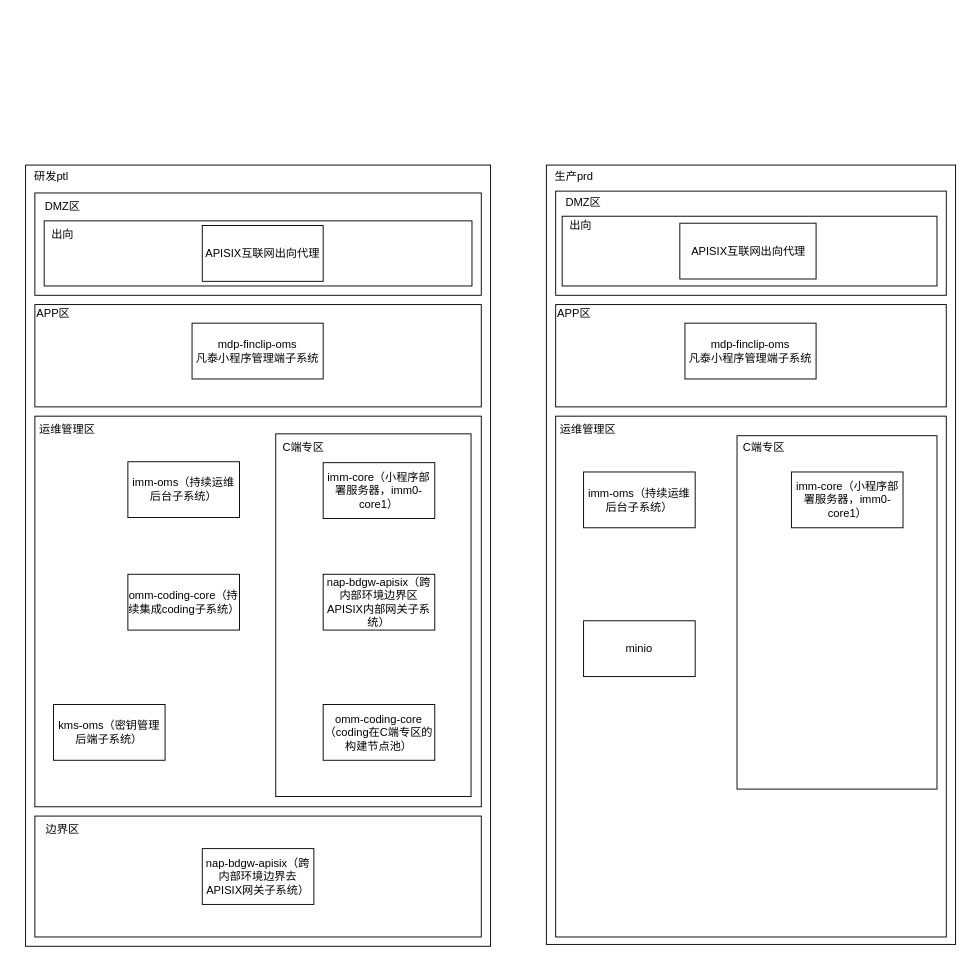
The draw.io diagram 小程序部署架构图--生产搭C端专区.drawio in lao-chengyong/-, before the edit. Source tidied: cells renumbered, new cells numbered last; positions are measured from the earlier drawing's top-left corner, leaving out a move shared by most shapes. Both pictures are drawn from the tidied source at 93%, with x=0, y=0 at pixel (23, 163).
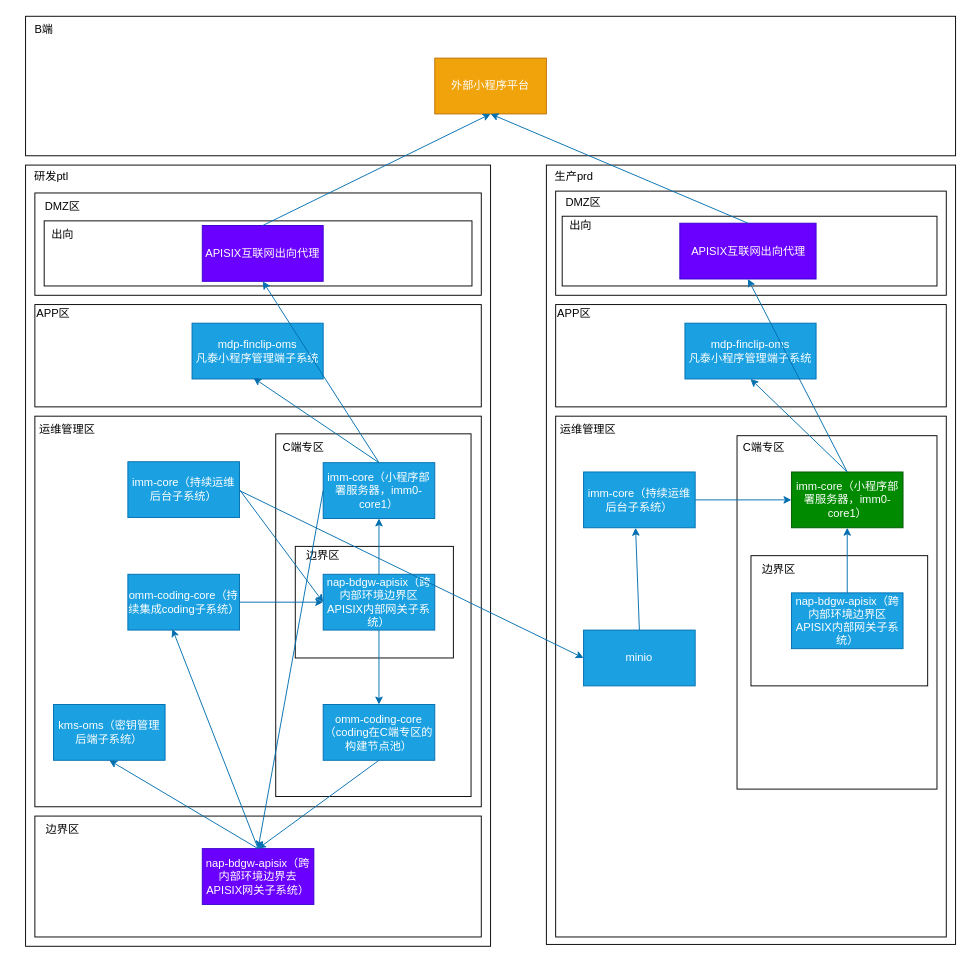
The same diagram, later.

Commit message (it also covers changes not shown here):
更新小程序部署架构图--生产搭C端专区.drawio

The edit, as a diff of the source:
```diff
@@
-    <mxCell id="8" value="nap-bdgw-apisix（跨内部环境边界去APISIX网关子系统）" style="rounded=0;whiteSpace=wrap;html=1;" parent="1" vertex="1">
+    <mxCell id="8" value="nap-bdgw-apisix（跨内部环境边界去APISIX网关子系统）" style="rounded=0;whiteSpace=wrap;html=1;fillColor=#6a00ff;fontColor=#ffffff;strokeColor=#3700CC;" parent="1" vertex="1">
       <mxGeometry x="192" y="737" width="120" height="60" as="geometry" />
     </mxCell>
-    <mxCell id="9" value="kms-oms（密钥管理后端子系统）" style="rounded=0;whiteSpace=wrap;html=1;" parent="1" vertex="1">
+    <mxCell id="9" value="kms-oms（密钥管理后端子系统）" style="rounded=0;whiteSpace=wrap;html=1;fillColor=#1ba1e2;fontColor=#ffffff;strokeColor=#006EAF;" parent="1" vertex="1">
       <mxGeometry x="32" y="582" width="120" height="60" as="geometry" />
     </mxCell>
-    <mxCell id="10" value="omm-coding-core（持续集成coding子系统）" style="rounded=0;whiteSpace=wrap;html=1;" parent="1" vertex="1">
+    <mxCell id="10" value="omm-coding-core（持续集成coding子系统）" style="rounded=0;whiteSpace=wrap;html=1;fillColor=#1ba1e2;fontColor=#ffffff;strokeColor=#006EAF;" parent="1" vertex="1">
       <mxGeometry x="112" y="442" width="120" height="60" as="geometry" />
     </mxCell>
-    <mxCell id="11" value="imm-oms（持续运维后台子系统）" style="rounded=0;whiteSpace=wrap;html=1;" parent="1" vertex="1">
+    <mxCell id="11" value="imm-core（持续运维后台子系统）" style="rounded=0;whiteSpace=wrap;html=1;fillColor=#1ba1e2;fontColor=#ffffff;strokeColor=#006EAF;" parent="1" vertex="1">
       <mxGeometry x="112" y="321" width="120" height="60" as="geometry" />
     </mxCell>
@@
-    <mxCell id="13" value="imm-core（小程序部署服务器，imm0-core1）" style="rounded=0;whiteSpace=wrap;html=1;" parent="1" vertex="1">
+    <mxCell id="13" value="imm-core（小程序部署服务器，imm0-core1）" style="rounded=0;whiteSpace=wrap;html=1;fillColor=#1ba1e2;fontColor=#ffffff;strokeColor=#006EAF;" parent="1" vertex="1">
       <mxGeometry x="322" y="322" width="120" height="60" as="geometry" />
     </mxCell>
-    <mxCell id="14" value="nap-bdgw-apisix（跨内部环境边界区APISIX内部网关子系统）" style="rounded=0;whiteSpace=wrap;html=1;" parent="1" vertex="1">
-      <mxGeometry x="322" y="442" width="120" height="60" as="geometry" />
-    </mxCell>
-    <mxCell id="15" value="omm-coding-core（coding在C端专区的构建节点池）" style="rounded=0;whiteSpace=wrap;html=1;" parent="1" vertex="1">
+    <mxCell id="15" value="omm-coding-core（coding在C端专区的构建节点池）" style="rounded=0;whiteSpace=wrap;html=1;fillColor=#1ba1e2;fontColor=#ffffff;strokeColor=#006EAF;" parent="1" vertex="1">
       <mxGeometry x="322" y="582" width="120" height="60" as="geometry" />
     </mxCell>
@@
-    <mxCell id="28" value="APISIX互联网出向代理" style="rounded=0;whiteSpace=wrap;html=1;" parent="1" vertex="1">
+    <mxCell id="28" value="APISIX互联网出向代理" style="rounded=0;whiteSpace=wrap;html=1;fillColor=#6a00ff;fontColor=#ffffff;strokeColor=#3700CC;" parent="1" vertex="1">
       <mxGeometry x="192" y="67" width="130" height="60" as="geometry" />
     </mxCell>
-    <mxCell id="29" value="APISIX互联网出向代理" style="rounded=0;whiteSpace=wrap;html=1;" parent="1" vertex="1">
+    <mxCell id="29" value="APISIX互联网出向代理" style="rounded=0;whiteSpace=wrap;html=1;fillColor=#6a00ff;fontColor=#ffffff;strokeColor=#3700CC;" parent="1" vertex="1">
       <mxGeometry x="705.5" y="64.5" width="146.5" height="60" as="geometry" />
     </mxCell>
@@
-    <mxCell id="34" value="imm-core（小程序部署服务器，imm0-core1）" style="rounded=0;whiteSpace=wrap;html=1;" parent="1" vertex="1">
+    <mxCell id="34" value="imm-core（小程序部署服务器，imm0-core1）" style="rounded=0;whiteSpace=wrap;html=1;fillColor=#008a00;fontColor=#ffffff;strokeColor=#005700;" parent="1" vertex="1">
       <mxGeometry x="825.5" y="332" width="120" height="60" as="geometry" />
     </mxCell>
-    <mxCell id="35" value="minio" style="rounded=0;whiteSpace=wrap;html=1;" parent="1" vertex="1">
-      <mxGeometry x="602" y="492" width="120" height="60" as="geometry" />
-    </mxCell>
-    <mxCell id="36" value="imm-oms（持续运维后台子系统）" style="rounded=0;whiteSpace=wrap;html=1;" parent="1" vertex="1">
+    <mxCell id="36" value="imm-core（持续运维后台子系统）" style="rounded=0;whiteSpace=wrap;html=1;fillColor=#1ba1e2;fontColor=#ffffff;strokeColor=#006EAF;" parent="1" vertex="1">
       <mxGeometry x="602" y="332" width="120" height="60" as="geometry" />
     </mxCell>
@@
-    <mxCell id="39" value="mdp-finclip-oms&lt;br&gt;凡泰小程序管理端子系统" style="rounded=0;whiteSpace=wrap;html=1;" parent="1" vertex="1">
+    <mxCell id="39" value="mdp-finclip-oms&lt;br&gt;凡泰小程序管理端子系统" style="rounded=0;whiteSpace=wrap;html=1;fillColor=#1ba1e2;fontColor=#ffffff;strokeColor=#006EAF;" parent="1" vertex="1">
       <mxGeometry x="181" y="172" width="141" height="60" as="geometry" />
     </mxCell>
@@
-    <mxCell id="42" value="mdp-finclip-oms&lt;br&gt;凡泰小程序管理端子系统" style="rounded=0;whiteSpace=wrap;html=1;" parent="1" vertex="1">
+    <mxCell id="42" value="mdp-finclip-oms&lt;br&gt;凡泰小程序管理端子系统" style="rounded=0;whiteSpace=wrap;html=1;fillColor=#1ba1e2;fontColor=#ffffff;strokeColor=#006EAF;" parent="1" vertex="1">
       <mxGeometry x="711" y="172" width="141" height="60" as="geometry" />
     </mxCell>
+    <mxCell id="43" style="rounded=0;whiteSpace=wrap;html=1;" parent="1" vertex="1">
+      <mxGeometry x="2" y="-158" width="1000" height="150" as="geometry" />
+    </mxCell>
+    <mxCell id="44" value="B端" style="text;html=1;strokeColor=none;fillColor=none;align=center;verticalAlign=middle;whiteSpace=wrap;rounded=0;" parent="1" vertex="1">
+      <mxGeometry x="-8" y="-158" width="60" height="30" as="geometry" />
+    </mxCell>
+    <mxCell id="45" value="外部小程序平台" style="rounded=0;whiteSpace=wrap;html=1;fillColor=#f0a30a;fontColor=#FFFFFF;strokeColor=#BD7000;" parent="1" vertex="1">
+      <mxGeometry x="442" y="-113" width="120" height="60" as="geometry" />
+    </mxCell>
+    <mxCell id="46" style="endArrow=classic;html=1;rounded=0;exitX=0.5;exitY=0;exitDx=0;exitDy=0;entryX=0.5;entryY=1;entryDx=0;entryDy=0;fillColor=#1ba1e2;strokeColor=#006EAF;" parent="1" edge="1" source="8" target="9">
+      <mxGeometry relative="1" as="geometry" />
+    </mxCell>
+    <mxCell id="47" style="endArrow=classic;html=1;rounded=0;exitX=0.5;exitY=0;exitDx=0;exitDy=0;entryX=0.399;entryY=0.981;entryDx=0;entryDy=0;fillColor=#1ba1e2;strokeColor=#006EAF;entryPerimeter=0;" parent="1" edge="1" source="8" target="10">
+      <mxGeometry relative="1" as="geometry" />
+    </mxCell>
+    <mxCell id="48" style="endArrow=classic;html=1;rounded=0;exitX=0.5;exitY=1;exitDx=0;exitDy=0;fillColor=#1ba1e2;strokeColor=#006EAF;entryX=0.5;entryY=0;entryDx=0;entryDy=0;" parent="1" edge="1" source="15" target="8">
+      <mxGeometry relative="1" as="geometry" />
+    </mxCell>
+    <mxCell id="49" style="rounded=0;whiteSpace=wrap;html=1;" parent="1" vertex="1">
+      <mxGeometry x="292" y="412" width="170" height="120" as="geometry" />
+    </mxCell>
+    <mxCell id="14" value="nap-bdgw-apisix（跨内部环境边界区APISIX内部网关子系统）" style="rounded=0;whiteSpace=wrap;html=1;fillColor=#1ba1e2;fontColor=#ffffff;strokeColor=#006EAF;" parent="1" vertex="1">
+      <mxGeometry x="322" y="442" width="120" height="60" as="geometry" />
+    </mxCell>
+    <mxCell id="50" value="边界区" style="text;html=1;strokeColor=none;fillColor=none;align=center;verticalAlign=middle;whiteSpace=wrap;rounded=0;" parent="1" vertex="1">
+      <mxGeometry x="292" y="407" width="60" height="30" as="geometry" />
+    </mxCell>
+    <mxCell id="51" style="endArrow=classic;html=1;rounded=0;exitX=0.5;exitY=1;exitDx=0;exitDy=0;fillColor=#1ba1e2;strokeColor=#006EAF;" parent="1" edge="1" source="14" target="15">
+      <mxGeometry relative="1" as="geometry" />
+    </mxCell>
+    <mxCell id="52" style="endArrow=classic;html=1;rounded=0;exitX=0.5;exitY=0;exitDx=0;exitDy=0;fillColor=#1ba1e2;strokeColor=#006EAF;entryX=0.5;entryY=1;entryDx=0;entryDy=0;" parent="1" edge="1" source="14" target="13">
+      <mxGeometry relative="1" as="geometry" />
+    </mxCell>
+    <mxCell id="53" style="endArrow=classic;html=1;rounded=0;exitX=0;exitY=0.5;exitDx=0;exitDy=0;fillColor=#1ba1e2;strokeColor=#006EAF;entryX=0.5;entryY=0;entryDx=0;entryDy=0;" parent="1" edge="1" source="13" target="8">
+      <mxGeometry relative="1" as="geometry" />
+    </mxCell>
+    <mxCell id="54" style="endArrow=classic;html=1;rounded=0;exitX=1;exitY=0.5;exitDx=0;exitDy=0;fillColor=#1ba1e2;strokeColor=#006EAF;entryX=0;entryY=0.5;entryDx=0;entryDy=0;" parent="1" edge="1" source="11" target="14">
+      <mxGeometry relative="1" as="geometry" />
+    </mxCell>
+    <mxCell id="55" style="endArrow=classic;html=1;rounded=0;exitX=1;exitY=0.5;exitDx=0;exitDy=0;fillColor=#1ba1e2;strokeColor=#006EAF;entryX=0;entryY=0.5;entryDx=0;entryDy=0;" parent="1" edge="1" source="10" target="14">
+      <mxGeometry relative="1" as="geometry" />
+    </mxCell>
+    <mxCell id="56" style="endArrow=classic;html=1;rounded=0;exitX=0.5;exitY=0;exitDx=0;exitDy=0;fillColor=#1ba1e2;strokeColor=#006EAF;entryX=0.5;entryY=1;entryDx=0;entryDy=0;" parent="1" edge="1" source="13" target="28">
+      <mxGeometry relative="1" as="geometry" />
+    </mxCell>
+    <mxCell id="57" style="endArrow=classic;html=1;rounded=0;exitX=0.5;exitY=0;exitDx=0;exitDy=0;fillColor=#1ba1e2;strokeColor=#006EAF;entryX=0.5;entryY=1;entryDx=0;entryDy=0;" parent="1" edge="1" source="28" target="45">
+      <mxGeometry relative="1" as="geometry" />
+    </mxCell>
+    <mxCell id="58" style="endArrow=classic;html=1;rounded=0;exitX=0.5;exitY=0;exitDx=0;exitDy=0;fillColor=#1ba1e2;strokeColor=#006EAF;entryX=0.468;entryY=0.981;entryDx=0;entryDy=0;entryPerimeter=0;" parent="1" edge="1" source="13" target="39">
+      <mxGeometry relative="1" as="geometry" />
+    </mxCell>
+    <mxCell id="59" style="endArrow=classic;html=1;rounded=0;exitX=0.5;exitY=0;exitDx=0;exitDy=0;fillColor=#1ba1e2;strokeColor=#006EAF;entryX=0.5;entryY=1;entryDx=0;entryDy=0;" parent="1" edge="1" source="29" target="45">
+      <mxGeometry relative="1" as="geometry" />
+    </mxCell>
+    <mxCell id="60" style="endArrow=classic;html=1;rounded=0;exitX=0.5;exitY=0;exitDx=0;exitDy=0;fillColor=#1ba1e2;strokeColor=#006EAF;entryX=0.5;entryY=1;entryDx=0;entryDy=0;" parent="1" edge="1" source="34" target="42">
+      <mxGeometry relative="1" as="geometry" />
+    </mxCell>
+    <mxCell id="61" style="endArrow=classic;html=1;rounded=0;fillColor=#1ba1e2;strokeColor=#006EAF;entryX=0.5;entryY=1;entryDx=0;entryDy=0;exitX=0.5;exitY=0;exitDx=0;exitDy=0;" parent="1" edge="1" source="34" target="29">
+      <mxGeometry relative="1" as="geometry" />
+    </mxCell>
+    <mxCell id="62" style="endArrow=classic;html=1;rounded=0;fillColor=#1ba1e2;strokeColor=#006EAF;entryX=0;entryY=0.5;entryDx=0;entryDy=0;exitX=1;exitY=0.5;exitDx=0;exitDy=0;" parent="1" edge="1" source="36" target="34">
+      <mxGeometry relative="1" as="geometry" />
+    </mxCell>
+    <mxCell id="63" style="rounded=0;whiteSpace=wrap;html=1;" parent="1" vertex="1">
+      <mxGeometry x="782" y="422" width="190" height="140" as="geometry" />
+    </mxCell>
+    <mxCell id="64" value="边界区" style="text;html=1;strokeColor=none;fillColor=none;align=center;verticalAlign=middle;whiteSpace=wrap;rounded=0;" parent="1" vertex="1">
+      <mxGeometry x="782" y="422" width="60" height="30" as="geometry" />
+    </mxCell>
+    <mxCell id="65" value="nap-bdgw-apisix（跨内部环境边界区APISIX内部网关子系统）" style="rounded=0;whiteSpace=wrap;html=1;fillColor=#1ba1e2;fontColor=#ffffff;strokeColor=#006EAF;" parent="1" vertex="1">
+      <mxGeometry x="825.5" y="462" width="120" height="60" as="geometry" />
+    </mxCell>
+    <mxCell id="66" style="endArrow=classic;html=1;rounded=0;exitX=0.5;exitY=0;exitDx=0;exitDy=0;fillColor=#1ba1e2;strokeColor=#006EAF;entryX=0.5;entryY=1;entryDx=0;entryDy=0;" parent="1" edge="1" source="65" target="34">
+      <mxGeometry relative="1" as="geometry" />
+    </mxCell>
+    <mxCell id="35" value="minio" style="rounded=0;whiteSpace=wrap;html=1;fillColor=#1ba1e2;fontColor=#ffffff;strokeColor=#006EAF;" parent="1" vertex="1">
+      <mxGeometry x="602" y="502" width="120" height="60" as="geometry" />
+    </mxCell>
+    <mxCell id="67" style="endArrow=classic;html=1;rounded=0;entryX=0;entryY=0.5;entryDx=0;entryDy=0;fillColor=#1ba1e2;strokeColor=#006EAF;" parent="1" edge="1" target="35">
+      <mxGeometry relative="1" as="geometry">
+        <mxPoint x="232" y="352" as="sourcePoint" />
+      </mxGeometry>
+    </mxCell>
+    <mxCell id="68" style="endArrow=classic;html=1;rounded=0;fillColor=#1ba1e2;strokeColor=#006EAF;entryX=0.466;entryY=1.001;entryDx=0;entryDy=0;exitX=0.5;exitY=0;exitDx=0;exitDy=0;entryPerimeter=0;" parent="1" edge="1" source="35" target="36">
+      <mxGeometry relative="1" as="geometry" />
+    </mxCell>
```
